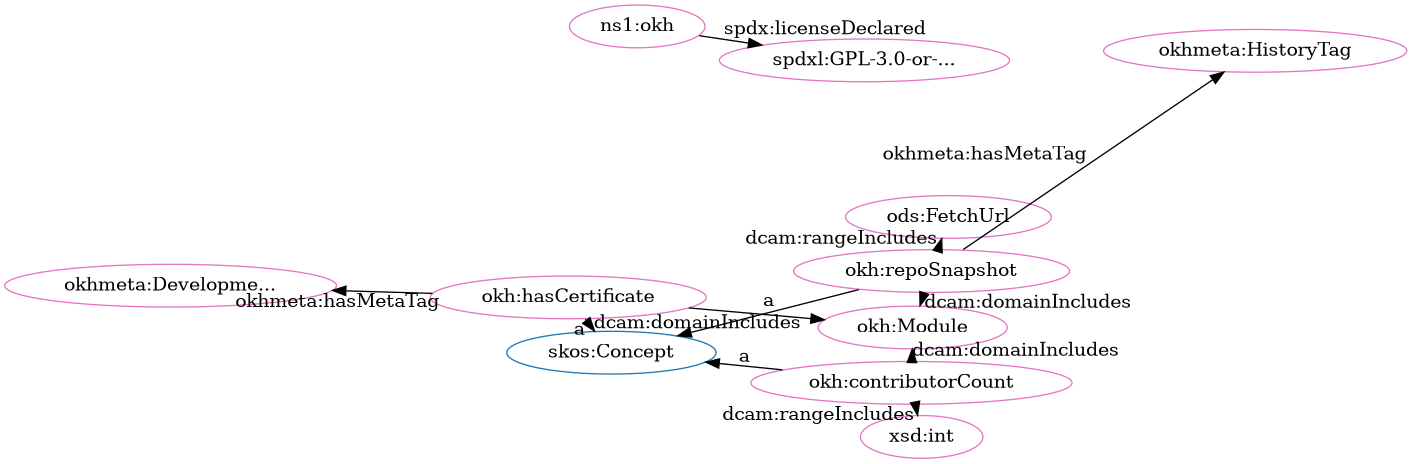
Before: src/spec/fdp_okh_proposed-clean.png, a diagram exported from Graphviz (iop-alliance/OpenKnowHow). Its source is kept beside it as src/spec/fdp_okh_proposed-clean.dot.
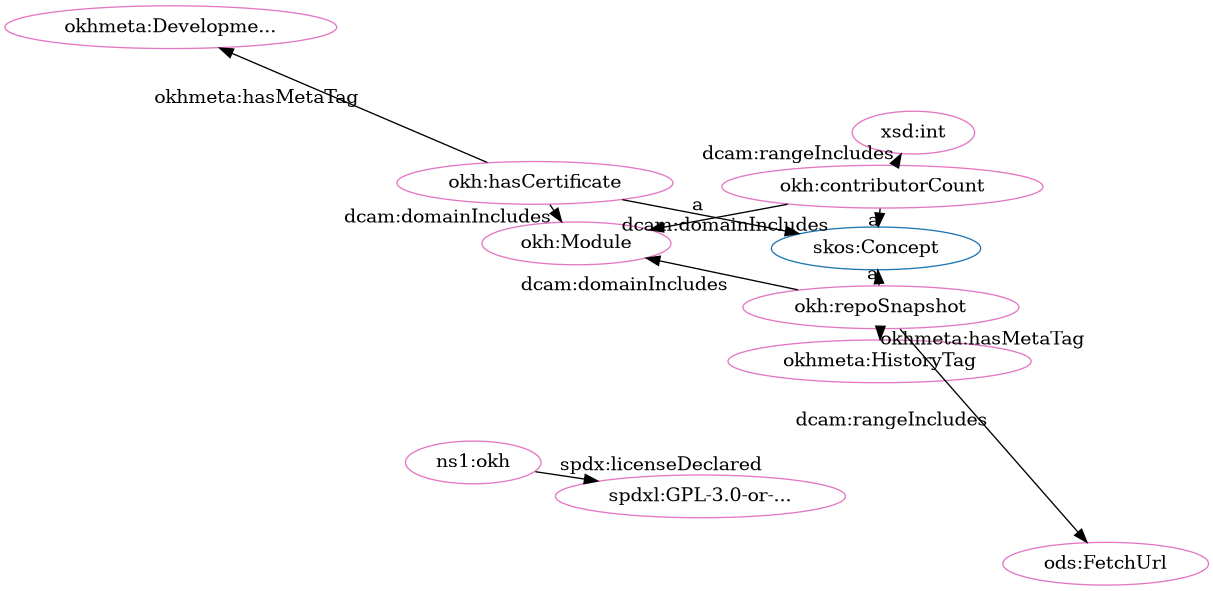
The same diagram one commit later.

Change to the diagram source:
```diff
@@ -2,25 +2,25 @@
   rankdir=BT
   node[height=.3]
 "http://www.w3.org/2004/02/skos/core#Concept" [fillcolor="#1f77b4" color="#1f77b4" label="skos:Concept"]
+"http://w3id.org/oseg/ont/okh#repoSnapshot" [fillcolor="#e377c2" color="#e377c2" label="okh:repoSnapshot"]
+"http://w3id.org/oseg/ont/okh#Module" [fillcolor="#e377c2" color="#e377c2" label="okh:Module"]
+"http://w3id.org/oseg/ont/okh" [fillcolor="#e377c2" color="#e377c2" label="ns1:okh"]
+"http://spdx.org/licenses/GPL-3.0-or-later" [fillcolor="#e377c2" color="#e377c2" label="spdxl:GPL-3.0-or-..."]
+"http://w3id.org/oseg/ont/okh#hasCertificate" [fillcolor="#e377c2" color="#e377c2" label="okh:hasCertificate"]
+"http://w3id.org/oseg/ont/okh#contributorCount" [fillcolor="#e377c2" color="#e377c2" label="okh:contributorCount"]
+"http://www.w3.org/2001/XMLSchema#int" [fillcolor="#e377c2" color="#e377c2" label="xsd:int"]
+"http://w3id.org/oseg/ont/okhmeta#HistoryTag" [fillcolor="#e377c2" color="#e377c2" label="okhmeta:HistoryTag"]
 "http://w3id.org/oseg/ont/ods#FetchUrl" [fillcolor="#e377c2" color="#e377c2" label="ods:FetchUrl"]
-"http://w3id.org/oseg/ont/okhmeta#HistoryTag" [fillcolor="#e377c2" color="#e377c2" label="okhmeta:HistoryTag"]
-"http://w3id.org/oseg/ont/okh#Module" [fillcolor="#e377c2" color="#e377c2" label="okh:Module"]
-"http://w3id.org/oseg/ont/okh#hasCertificate" [fillcolor="#e377c2" color="#e377c2" label="okh:hasCertificate"]
-"http://w3id.org/oseg/ont/okh#repoSnapshot" [fillcolor="#e377c2" color="#e377c2" label="okh:repoSnapshot"]
-"http://w3id.org/oseg/ont/okh" [fillcolor="#e377c2" color="#e377c2" label="ns1:okh"]
-"http://www.w3.org/2001/XMLSchema#int" [fillcolor="#e377c2" color="#e377c2" label="xsd:int"]
-"http://w3id.org/oseg/ont/okh#contributorCount" [fillcolor="#e377c2" color="#e377c2" label="okh:contributorCount"]
 "http://w3id.org/oseg/ont/okhmeta#DevelopmentTag" [fillcolor="#e377c2" color="#e377c2" label="okhmeta:Developme..."]
-"http://spdx.org/licenses/GPL-3.0-or-later" [fillcolor="#e377c2" color="#e377c2" label="spdxl:GPL-3.0-or-..."]
   "http://w3id.org/oseg/ont/okh#contributorCount" -> "http://w3id.org/oseg/ont/okh#Module" [label="dcam:domainIncludes"]
+  "http://w3id.org/oseg/ont/okh" -> "http://spdx.org/licenses/GPL-3.0-or-later" [label="spdx:licenseDeclared"]
+  "http://w3id.org/oseg/ont/okh#hasCertificate" -> "http://www.w3.org/2004/02/skos/core#Concept" [label="a"]
   "http://w3id.org/oseg/ont/okh#hasCertificate" -> "http://w3id.org/oseg/ont/okh#Module" [label="dcam:domainIncludes"]
   "http://w3id.org/oseg/ont/okh#repoSnapshot" -> "http://www.w3.org/2004/02/skos/core#Concept" [label="a"]
+  "http://w3id.org/oseg/ont/okh#contributorCount" -> "http://www.w3.org/2001/XMLSchema#int" [label="dcam:rangeIncludes"]
+  "http://w3id.org/oseg/ont/okh#repoSnapshot" -> "http://w3id.org/oseg/ont/okhmeta#HistoryTag" [label="okhmeta:hasMetaTag"]
   "http://w3id.org/oseg/ont/okh#contributorCount" -> "http://www.w3.org/2004/02/skos/core#Concept" [label="a"]
-  "http://w3id.org/oseg/ont/okh#hasCertificate" -> "http://www.w3.org/2004/02/skos/core#Concept" [label="a"]
   "http://w3id.org/oseg/ont/okh#repoSnapshot" -> "http://w3id.org/oseg/ont/ods#FetchUrl" [label="dcam:rangeIncludes"]
-  "http://w3id.org/oseg/ont/okh#repoSnapshot" -> "http://w3id.org/oseg/ont/okhmeta#HistoryTag" [label="okhmeta:hasMetaTag"]
-  "http://w3id.org/oseg/ont/okh#contributorCount" -> "http://www.w3.org/2001/XMLSchema#int" [label="dcam:rangeIncludes"]
   "http://w3id.org/oseg/ont/okh#hasCertificate" -> "http://w3id.org/oseg/ont/okhmeta#DevelopmentTag" [label="okhmeta:hasMetaTag"]
-  "http://w3id.org/oseg/ont/okh" -> "http://spdx.org/licenses/GPL-3.0-or-later" [label="spdx:licenseDeclared"]
   "http://w3id.org/oseg/ont/okh#repoSnapshot" -> "http://w3id.org/oseg/ont/okh#Module" [label="dcam:domainIncludes"]
 }
```
